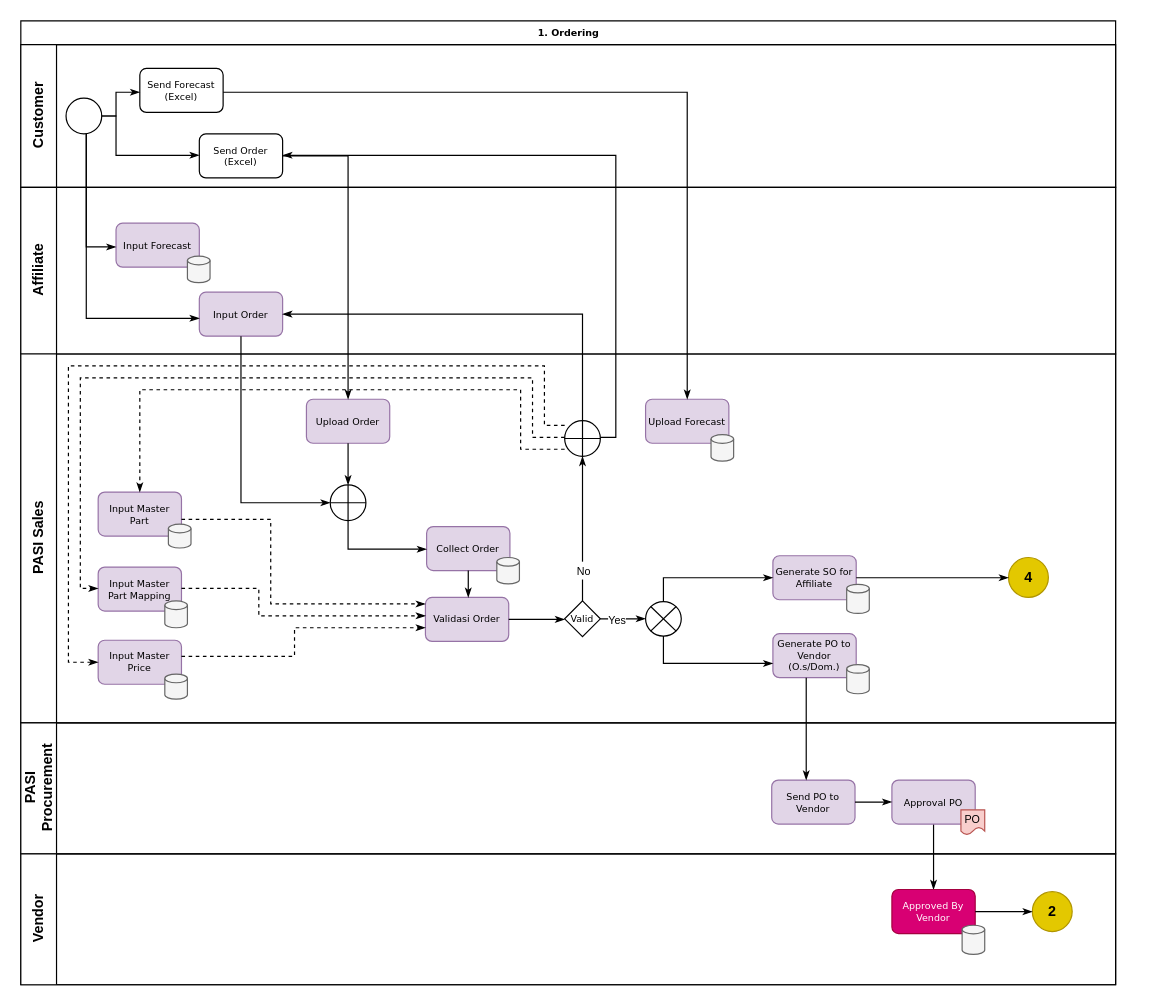
The draw.io diagram page "1. Ordering" (2 of 7) of PASI - WMS.drawio in hendrasaputra0501/pasi-bpa, before the edit. Source tidied: cells renumbered, new cells numbered last; positions are measured from the earlier drawing's top-left corner, leaving out a move shared by most shapes. Both pictures are drawn from the tidied source at 119%, with x=0, y=0 at pixel (20, 20).
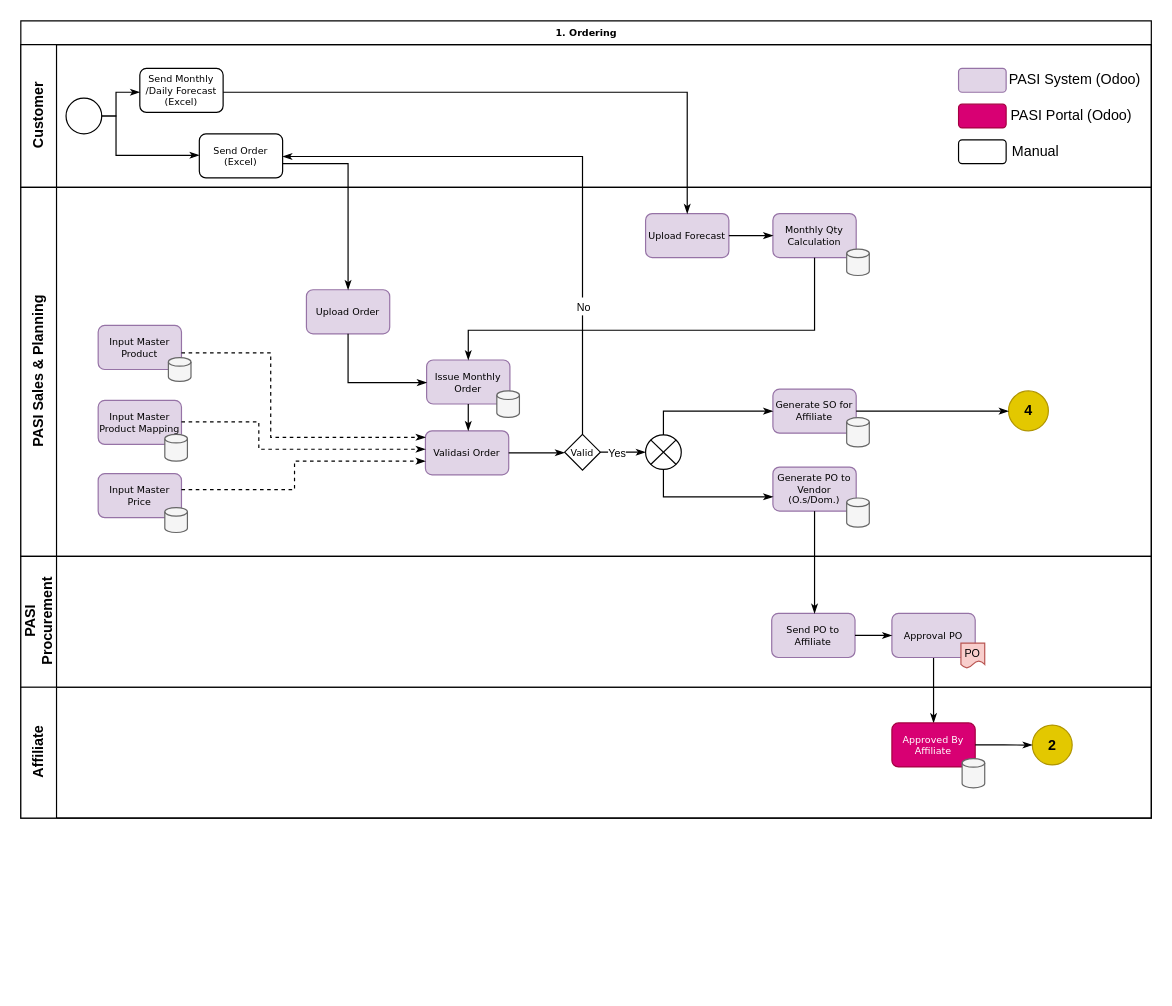
The same diagram, later.

The change refers to these unchanged cells:
```xml
<mxCell id="4" style="ellipse;whiteSpace=wrap;html=1;rounded=0;shadow=0;labelBackgroundColor=none;strokeWidth=1;fontFamily=Verdana;fontSize=8;align=center;" parent="3" vertex="1">
  <mxGeometry x="38" y="45" width="30" height="30" as="geometry" />
</mxCell>
<mxCell id="5" value="Send Order (Excel)" style="rounded=1;whiteSpace=wrap;html=1;shadow=0;labelBackgroundColor=none;strokeWidth=1;fontFamily=Verdana;fontSize=8;align=center;" parent="3" vertex="1">
  <mxGeometry x="150" y="75" width="70" height="37" as="geometry" />
</mxCell>
<mxCell id="20" value="Valid" style="strokeWidth=1;html=1;shape=mxgraph.flowchart.decision;whiteSpace=wrap;rounded=1;shadow=0;labelBackgroundColor=none;fontFamily=Verdana;fontSize=8;align=center;" parent="18" vertex="1">
  <mxGeometry x="457" y="207.5" width="30" height="30" as="geometry" />
</mxCell>
<mxCell id="24" value="Generate PO to Vendor (O.s/Dom.)" style="rounded=1;whiteSpace=wrap;html=1;shadow=0;labelBackgroundColor=none;strokeWidth=1;fontFamily=Verdana;fontSize=8;align=center;fillColor=#e1d5e7;strokeColor=#9673a6;" parent="18" vertex="1">
  <mxGeometry x="632" y="235" width="70" height="37" as="geometry" />
</mxCell>
<mxCell id="28" value="Input Master Price" style="rounded=1;whiteSpace=wrap;html=1;shadow=0;labelBackgroundColor=none;strokeWidth=1;fontFamily=Verdana;fontSize=8;align=center;strokeColor=#9673a6;verticalAlign=middle;fontColor=default;fillColor=#e1d5e7;" parent="18" vertex="1">
  <mxGeometry x="65" y="240.5" width="70" height="37" as="geometry" />
</mxCell>
<mxCell id="58" value="Approval PO" style="rounded=1;whiteSpace=wrap;html=1;shadow=0;labelBackgroundColor=none;strokeWidth=1;fontFamily=Verdana;fontSize=8;align=center;strokeColor=#9673a6;verticalAlign=middle;fontColor=default;fillColor=#e1d5e7;" parent="57" vertex="1">
  <mxGeometry x="732" y="48" width="70" height="37" as="geometry" />
</mxCell>
```

What changed in the source:
```diff
@@
     <mxCell id="2" value="1. Ordering" style="swimlane;html=1;horizontal=1;startSize=20;rounded=0;shadow=0;labelBackgroundColor=none;strokeWidth=1;fontFamily=Verdana;fontSize=8;align=center;" parent="1" vertex="1">
-      <mxGeometry width="920" height="810" as="geometry" />
+      <mxGeometry width="950" height="670" as="geometry" />
     </mxCell>
     <mxCell id="3" value="Customer" style="swimlane;html=1;startSize=30;horizontal=0;" parent="2" vertex="1">
-      <mxGeometry y="20" width="920" height="120" as="geometry" />
+      <mxGeometry y="20" width="950" height="120" as="geometry" />
     </mxCell>
@@
-    <mxCell id="7" value="Send Forecast (Excel)" style="rounded=1;whiteSpace=wrap;html=1;shadow=0;labelBackgroundColor=none;strokeWidth=1;fontFamily=Verdana;fontSize=8;align=center;" parent="3" vertex="1">
+    <mxCell id="7" value="Send Monthly /Daily Forecast (Excel)" style="rounded=1;whiteSpace=wrap;html=1;shadow=0;labelBackgroundColor=none;strokeWidth=1;fontFamily=Verdana;fontSize=8;align=center;" parent="3" vertex="1">
       <mxGeometry x="100" y="20" width="70" height="37" as="geometry" />
     </mxCell>
@@
-    <mxCell id="9" value="Affiliate" style="swimlane;html=1;startSize=30;horizontal=0;" parent="2" vertex="1">
-      <mxGeometry y="140" width="920" height="140" as="geometry" />
-    </mxCell>
-    <mxCell id="10" value="Input Order" style="rounded=1;whiteSpace=wrap;html=1;shadow=0;labelBackgroundColor=none;strokeWidth=1;fontFamily=Verdana;fontSize=8;align=center;strokeColor=#9673a6;verticalAlign=middle;fontColor=default;fillColor=#e1d5e7;" parent="9" vertex="1">
-      <mxGeometry x="150" y="88" width="70" height="37" as="geometry" />
-    </mxCell>
-    <mxCell id="11" value="Input Forecast" style="rounded=1;whiteSpace=wrap;html=1;shadow=0;labelBackgroundColor=none;strokeWidth=1;fontFamily=Verdana;fontSize=8;align=center;strokeColor=#9673a6;verticalAlign=middle;fontColor=default;fillColor=#e1d5e7;" parent="9" vertex="1">
-      <mxGeometry x="80" y="30" width="70" height="37" as="geometry" />
-    </mxCell>
-    <mxCell id="12" style="shape=cylinder3;whiteSpace=wrap;html=1;boundedLbl=1;backgroundOutline=1;size=3.6117782592773438;fillColor=#f5f5f5;fontColor=#333333;strokeColor=#666666;" parent="9" vertex="1">
-      <mxGeometry x="140" y="57.8" width="19" height="22.2" as="geometry" />
-    </mxCell>
-    <mxCell id="13" style="edgeStyle=orthogonalEdgeStyle;rounded=0;html=1;labelBackgroundColor=none;startArrow=none;startFill=0;startSize=5;endArrow=classicThin;endFill=1;endSize=5;jettySize=auto;strokeWidth=1;fontFamily=Verdana;fontSize=8;" parent="2" edge="1" source="10" target="37">
-      <mxGeometry relative="1" as="geometry">
-        <Array as="points">
-          <mxPoint x="185" y="405" />
-        </Array>
-      </mxGeometry>
-    </mxCell>
-    <mxCell id="14" style="edgeStyle=orthogonalEdgeStyle;rounded=0;html=1;labelBackgroundColor=none;startArrow=none;startFill=0;startSize=5;endArrow=classicThin;endFill=1;endSize=5;jettySize=auto;strokeWidth=1;fontFamily=Verdana;fontSize=8;" parent="2" edge="1" source="44" target="10">
-      <mxGeometry relative="1" as="geometry">
-        <Array as="points">
-          <mxPoint x="472" y="315" />
-          <mxPoint x="472" y="250" />
-        </Array>
-      </mxGeometry>
-    </mxCell>
+    <mxCell id="71" style="rounded=1;whiteSpace=wrap;html=1;fontSize=8;fillColor=#e1d5e7;strokeColor=#9673a6;shadow=0;strokeWidth=1;align=center;verticalAlign=middle;fontFamily=Verdana;fontColor=default;labelBackgroundColor=none;" parent="3" vertex="1">
+      <mxGeometry x="788" y="20" width="40" height="20" as="geometry" />
+    </mxCell>
+    <mxCell id="72" style="rounded=1;whiteSpace=wrap;html=1;fontSize=8;fillColor=#d80073;strokeColor=#A50040;shadow=0;strokeWidth=1;align=center;verticalAlign=middle;fontFamily=Verdana;fontColor=#ffffff;labelBackgroundColor=none;" parent="3" vertex="1">
+      <mxGeometry x="788" y="50" width="40" height="20" as="geometry" />
+    </mxCell>
+    <mxCell id="73" style="rounded=1;whiteSpace=wrap;html=1;fontSize=10;" parent="3" vertex="1">
+      <mxGeometry x="788" y="80" width="40" height="20" as="geometry" />
+    </mxCell>
+    <mxCell id="74" value="PASI System (Odoo)" style="text;html=1;strokeColor=none;fillColor=none;align=center;verticalAlign=middle;whiteSpace=wrap;rounded=0;" parent="3" vertex="1">
+      <mxGeometry x="828" y="15" width="115.5" height="30" as="geometry" />
+    </mxCell>
+    <mxCell id="75" value="PASI Portal (Odoo)" style="text;html=1;strokeColor=none;fillColor=none;align=center;verticalAlign=middle;whiteSpace=wrap;rounded=0;" parent="3" vertex="1">
+      <mxGeometry x="828" y="45" width="110" height="30" as="geometry" />
+    </mxCell>
+    <mxCell id="76" value="Manual" style="text;html=1;strokeColor=none;fillColor=none;align=center;verticalAlign=middle;whiteSpace=wrap;rounded=0;" parent="3" vertex="1">
+      <mxGeometry x="822.5" y="75" width="60" height="30" as="geometry" />
+    </mxCell>
     <mxCell id="15" style="edgeStyle=orthogonalEdgeStyle;rounded=0;html=1;labelBackgroundColor=none;startArrow=none;startFill=0;startSize=5;endArrow=classicThin;endFill=1;endSize=5;jettySize=auto;strokeWidth=1;fontFamily=Verdana;fontSize=8;" parent="2" edge="1" source="58" target="63">
-      <mxGeometry relative="1" as="geometry">
-        <Array as="points">
-          <mxPoint x="767" y="750" />
-          <mxPoint x="767" y="750" />
-        </Array>
-      </mxGeometry>
+      <mxGeometry relative="1" as="geometry" />
     </mxCell>
-    <mxCell id="16" style="edgeStyle=orthogonalEdgeStyle;rounded=0;html=1;labelBackgroundColor=none;startArrow=none;startFill=0;startSize=5;endArrow=classicThin;endFill=1;endSize=5;jettySize=auto;strokeWidth=1;fontFamily=Verdana;fontSize=8;" parent="2" edge="1" source="4" target="10">
-      <mxGeometry relative="1" as="geometry">
-        <Array as="points">
-          <mxPoint x="55" y="250" />
-        </Array>
-      </mxGeometry>
-    </mxCell>
-    <mxCell id="17" style="edgeStyle=orthogonalEdgeStyle;rounded=0;html=1;labelBackgroundColor=none;startArrow=none;startFill=0;startSize=5;endArrow=classicThin;endFill=1;endSize=5;jettySize=auto;strokeWidth=1;fontFamily=Verdana;fontSize=8;" parent="2" edge="1" source="4" target="11">
-      <mxGeometry relative="1" as="geometry">
-        <Array as="points">
-          <mxPoint x="55" y="190" />
-        </Array>
-      </mxGeometry>
-    </mxCell>
-    <mxCell id="18" value="PASI Sales" style="swimlane;html=1;startSize=30;horizontal=0;" parent="2" vertex="1">
-      <mxGeometry y="280" width="920" height="310" as="geometry" />
+    <mxCell id="18" value="PASI Sales &amp;amp; Planning" style="swimlane;html=1;startSize=30;horizontal=0;" parent="2" vertex="1">
+      <mxGeometry y="140" width="950" height="310" as="geometry" />
     </mxCell>
@@
-    <mxCell id="26" value="Input Master Part Mapping" style="rounded=1;whiteSpace=wrap;html=1;shadow=0;labelBackgroundColor=none;strokeWidth=1;fontFamily=Verdana;fontSize=8;align=center;strokeColor=#9673a6;verticalAlign=middle;fontColor=default;fillColor=#e1d5e7;" parent="18" vertex="1">
+    <mxCell id="26" value="Input Master Product Mapping" style="rounded=1;whiteSpace=wrap;html=1;shadow=0;labelBackgroundColor=none;strokeWidth=1;fontFamily=Verdana;fontSize=8;align=center;strokeColor=#9673a6;verticalAlign=middle;fontColor=default;fillColor=#e1d5e7;" parent="18" vertex="1">
       <mxGeometry x="65" y="179" width="70" height="37" as="geometry" />
     </mxCell>
-    <mxCell id="27" value="Input Master Part" style="rounded=1;whiteSpace=wrap;html=1;shadow=0;labelBackgroundColor=none;strokeWidth=1;fontFamily=Verdana;fontSize=8;align=center;strokeColor=#9673a6;verticalAlign=middle;fontColor=default;fillColor=#e1d5e7;" parent="18" vertex="1">
+    <mxCell id="27" value="Input Master Product" style="rounded=1;whiteSpace=wrap;html=1;shadow=0;labelBackgroundColor=none;strokeWidth=1;fontFamily=Verdana;fontSize=8;align=center;strokeColor=#9673a6;verticalAlign=middle;fontColor=default;fillColor=#e1d5e7;" parent="18" vertex="1">
       <mxGeometry x="65" y="116" width="70" height="37" as="geometry" />
     </mxCell>
@@
-    <mxCell id="32" value="Collect Order" style="rounded=1;whiteSpace=wrap;html=1;shadow=0;labelBackgroundColor=none;strokeWidth=1;fontFamily=Verdana;fontSize=8;align=center;fillColor=#e1d5e7;strokeColor=#9673a6;" parent="18" vertex="1">
+    <mxCell id="32" value="Issue Monthly Order" style="rounded=1;whiteSpace=wrap;html=1;shadow=0;labelBackgroundColor=none;strokeWidth=1;fontFamily=Verdana;fontSize=8;align=center;fillColor=#e1d5e7;strokeColor=#9673a6;" parent="18" vertex="1">
       <mxGeometry x="341" y="145" width="70" height="37" as="geometry" />
     </mxCell>
@@
-    <mxCell id="37" style="verticalLabelPosition=bottom;verticalAlign=top;html=1;shape=mxgraph.flowchart.summing_function;" parent="18" vertex="1">
-      <mxGeometry x="260" y="110" width="30" height="30" as="geometry" />
-    </mxCell>
-    <mxCell id="38" style="edgeStyle=orthogonalEdgeStyle;rounded=0;html=1;labelBackgroundColor=none;startArrow=none;startFill=0;startSize=5;endArrow=classicThin;endFill=1;endSize=5;jettySize=auto;strokeWidth=1;fontFamily=Verdana;fontSize=8;" parent="18" edge="1" source="37" target="32">
-      <mxGeometry relative="1" as="geometry">
-        <Array as="points">
-          <mxPoint x="275" y="164" />
-        </Array>
-      </mxGeometry>
-    </mxCell>
@@
     <mxCell id="42" value="Upload Order" style="rounded=1;whiteSpace=wrap;html=1;shadow=0;labelBackgroundColor=none;strokeWidth=1;fontFamily=Verdana;fontSize=8;align=center;fillColor=#e1d5e7;strokeColor=#9673a6;" parent="18" vertex="1">
-      <mxGeometry x="240" y="38" width="70" height="37" as="geometry" />
+      <mxGeometry x="240" y="86" width="70" height="37" as="geometry" />
     </mxCell>
-    <mxCell id="43" style="edgeStyle=orthogonalEdgeStyle;rounded=0;html=1;labelBackgroundColor=none;startArrow=none;startFill=0;startSize=5;endArrow=classicThin;endFill=1;endSize=5;jettySize=auto;strokeWidth=1;fontFamily=Verdana;fontSize=8;" parent="18" edge="1" source="42" target="37">
+    <mxCell id="43" style="edgeStyle=orthogonalEdgeStyle;rounded=0;html=1;labelBackgroundColor=none;startArrow=none;startFill=0;startSize=5;endArrow=classicThin;endFill=1;endSize=5;jettySize=auto;strokeWidth=1;fontFamily=Verdana;fontSize=8;" parent="18" edge="1" source="42" target="32">
       <mxGeometry relative="1" as="geometry">
         <Array as="points">
-          <mxPoint x="275" y="90" />
-          <mxPoint x="275" y="90" />
+          <mxPoint x="275" y="164" />
         </Array>
       </mxGeometry>
     </mxCell>
-    <mxCell id="44" style="verticalLabelPosition=bottom;verticalAlign=top;html=1;shape=mxgraph.flowchart.summing_function;" parent="18" vertex="1">
-      <mxGeometry x="457" y="56" width="30" height="30" as="geometry" />
-    </mxCell>
-    <mxCell id="45" style="edgeStyle=orthogonalEdgeStyle;rounded=0;html=1;labelBackgroundColor=none;startArrow=none;startFill=0;startSize=5;endArrow=classicThin;endFill=1;endSize=5;jettySize=auto;strokeWidth=1;fontFamily=Verdana;fontSize=8;" parent="18" edge="1" source="20" target="44">
-      <mxGeometry relative="1" as="geometry" />
-    </mxCell>
-    <mxCell id="46" value="&lt;font style=&quot;font-size: 9px;&quot;&gt;No&lt;/font&gt;" style="edgeLabel;html=1;align=center;verticalAlign=middle;fontSize=12;" parent="45" vertex="1">
-      <mxGeometry x="-0.55" y="-2" relative="1" as="geometry">
-        <mxPoint x="-2" y="1" as="offset" />
-      </mxGeometry>
-    </mxCell>
@@
-    <mxCell id="49" style="edgeStyle=orthogonalEdgeStyle;rounded=0;html=1;labelBackgroundColor=none;startArrow=none;startFill=0;startSize=5;endArrow=classicThin;endFill=1;endSize=5;jettySize=auto;strokeWidth=1;fontFamily=Verdana;fontSize=8;dashed=1;" parent="18" edge="1" source="44" target="27">
-      <mxGeometry relative="1" as="geometry">
-        <Array as="points">
-          <mxPoint x="420" y="80" />
-          <mxPoint x="420" y="30" />
-          <mxPoint x="100" y="30" />
-        </Array>
-      </mxGeometry>
-    </mxCell>
-    <mxCell id="50" style="edgeStyle=orthogonalEdgeStyle;rounded=0;html=1;labelBackgroundColor=none;startArrow=none;startFill=0;startSize=5;endArrow=classicThin;endFill=1;endSize=5;jettySize=auto;strokeWidth=1;fontFamily=Verdana;fontSize=8;dashed=1;" parent="18" edge="1" source="44" target="26">
-      <mxGeometry relative="1" as="geometry">
-        <Array as="points">
-          <mxPoint x="430" y="70" />
-          <mxPoint x="430" y="20" />
-          <mxPoint x="50" y="20" />
-          <mxPoint x="50" y="197" />
-        </Array>
-      </mxGeometry>
-    </mxCell>
-    <mxCell id="51" style="edgeStyle=orthogonalEdgeStyle;rounded=0;html=1;labelBackgroundColor=none;startArrow=none;startFill=0;startSize=5;endArrow=classicThin;endFill=1;endSize=5;jettySize=auto;strokeWidth=1;fontFamily=Verdana;fontSize=8;dashed=1;" parent="18" edge="1" source="44" target="28">
-      <mxGeometry relative="1" as="geometry">
-        <Array as="points">
-          <mxPoint x="440" y="60" />
-          <mxPoint x="440" y="10" />
-          <mxPoint x="40" y="10" />
-          <mxPoint x="40" y="259" />
-        </Array>
-      </mxGeometry>
-    </mxCell>
@@
     <mxCell id="55" value="Upload Forecast" style="rounded=1;whiteSpace=wrap;html=1;shadow=0;labelBackgroundColor=none;strokeWidth=1;fontFamily=Verdana;fontSize=8;align=center;fillColor=#e1d5e7;strokeColor=#9673a6;" parent="18" vertex="1">
-      <mxGeometry x="525" y="38" width="70" height="37" as="geometry" />
+      <mxGeometry x="525" y="22" width="70" height="37" as="geometry" />
     </mxCell>
-    <mxCell id="56" style="shape=cylinder3;whiteSpace=wrap;html=1;boundedLbl=1;backgroundOutline=1;size=3.6117782592773438;fillColor=#f5f5f5;fontColor=#333333;strokeColor=#666666;" parent="18" vertex="1">
-      <mxGeometry x="580" y="67.8" width="19" height="22.2" as="geometry" />
-    </mxCell>
+    <mxCell id="77" value="Monthly Qty Calculation" style="rounded=1;whiteSpace=wrap;html=1;shadow=0;labelBackgroundColor=none;strokeWidth=1;fontFamily=Verdana;fontSize=8;align=center;fillColor=#e1d5e7;strokeColor=#9673a6;" parent="18" vertex="1">
+      <mxGeometry x="632" y="22" width="70" height="37" as="geometry" />
+    </mxCell>
+    <mxCell id="78" style="edgeStyle=orthogonalEdgeStyle;rounded=0;html=1;labelBackgroundColor=none;startArrow=none;startFill=0;startSize=5;endArrow=classicThin;endFill=1;endSize=5;jettySize=auto;strokeWidth=1;fontFamily=Verdana;fontSize=8;" parent="18" edge="1" source="55" target="77">
+      <mxGeometry relative="1" as="geometry">
+        <Array as="points">
+          <mxPoint x="610" y="40" />
+          <mxPoint x="610" y="40" />
+        </Array>
+      </mxGeometry>
+    </mxCell>
+    <mxCell id="79" style="shape=cylinder3;whiteSpace=wrap;html=1;boundedLbl=1;backgroundOutline=1;size=3.6117782592773438;fillColor=#f5f5f5;fontColor=#333333;strokeColor=#666666;" parent="18" vertex="1">
+      <mxGeometry x="694" y="51.8" width="19" height="22.2" as="geometry" />
+    </mxCell>
+    <mxCell id="80" style="edgeStyle=orthogonalEdgeStyle;rounded=0;html=1;labelBackgroundColor=none;startArrow=none;startFill=0;startSize=5;endArrow=classicThin;endFill=1;endSize=5;jettySize=auto;strokeWidth=1;fontFamily=Verdana;fontSize=8;" parent="18" edge="1" source="77" target="32">
+      <mxGeometry relative="1" as="geometry">
+        <Array as="points">
+          <mxPoint x="667" y="120" />
+          <mxPoint x="376" y="120" />
+        </Array>
+      </mxGeometry>
+    </mxCell>
     <mxCell id="57" value="PASI&lt;div&gt;Procurement&lt;/div&gt;" style="swimlane;html=1;startSize=30;horizontal=0;" parent="2" vertex="1">
-      <mxGeometry y="590" width="920" height="110" as="geometry" />
+      <mxGeometry y="450" width="950" height="110" as="geometry" />
     </mxCell>
@@
-    <mxCell id="59" value="Send PO to Vendor" style="rounded=1;whiteSpace=wrap;html=1;shadow=0;labelBackgroundColor=none;strokeWidth=1;fontFamily=Verdana;fontSize=8;align=center;fillColor=#e1d5e7;strokeColor=#9673a6;" parent="57" vertex="1">
+    <mxCell id="59" value="Send PO to Affiliate" style="rounded=1;whiteSpace=wrap;html=1;shadow=0;labelBackgroundColor=none;strokeWidth=1;fontFamily=Verdana;fontSize=8;align=center;fillColor=#e1d5e7;strokeColor=#9673a6;" parent="57" vertex="1">
       <mxGeometry x="631" y="48" width="70" height="37" as="geometry" />
     </mxCell>
@@
-    <mxCell id="62" value="Vendor" style="swimlane;html=1;startSize=30;horizontal=0;" parent="2" vertex="1">
-      <mxGeometry y="700" width="920" height="110" as="geometry" />
+    <mxCell id="62" value="Affiliate" style="swimlane;html=1;startSize=30;horizontal=0;" parent="2" vertex="1">
+      <mxGeometry y="560" width="950" height="110" as="geometry" />
     </mxCell>
-    <mxCell id="63" value="Approved By Vendor" style="rounded=1;whiteSpace=wrap;html=1;shadow=0;labelBackgroundColor=none;strokeWidth=1;fontFamily=Verdana;fontSize=8;align=center;fillColor=#d80073;fontColor=#ffffff;strokeColor=#A50040;" parent="62" vertex="1">
+    <mxCell id="63" value="Approved By Affiliate" style="rounded=1;whiteSpace=wrap;html=1;shadow=0;labelBackgroundColor=none;strokeWidth=1;fontFamily=Verdana;fontSize=8;align=center;fillColor=#d80073;fontColor=#ffffff;strokeColor=#A50040;" parent="62" vertex="1">
       <mxGeometry x="732" y="30" width="70" height="37" as="geometry" />
     </mxCell>
@@
     <mxCell id="67" style="edgeStyle=orthogonalEdgeStyle;rounded=0;html=1;labelBackgroundColor=none;startArrow=none;startFill=0;startSize=5;endArrow=classicThin;endFill=1;endSize=5;jettySize=auto;strokeWidth=1;fontFamily=Verdana;fontSize=8;" parent="2" edge="1" source="5" target="42">
       <mxGeometry relative="1" as="geometry">
         <Array as="points">
-          <mxPoint x="275" y="113" />
+          <mxPoint x="275" y="120" />
         </Array>
       </mxGeometry>
     </mxCell>
-    <mxCell id="68" style="edgeStyle=orthogonalEdgeStyle;rounded=0;html=1;labelBackgroundColor=none;startArrow=none;startFill=0;startSize=5;endArrow=classicThin;endFill=1;endSize=5;jettySize=auto;strokeWidth=1;fontFamily=Verdana;fontSize=8;" parent="2" edge="1" source="44" target="5">
-      <mxGeometry relative="1" as="geometry">
-        <Array as="points">
-          <mxPoint x="500" y="350" />
-          <mxPoint x="500" y="113" />
-        </Array>
-      </mxGeometry>
-    </mxCell>
     <mxCell id="69" style="edgeStyle=orthogonalEdgeStyle;rounded=0;html=1;labelBackgroundColor=none;startArrow=none;startFill=0;startSize=5;endArrow=classicThin;endFill=1;endSize=5;jettySize=auto;strokeWidth=1;fontFamily=Verdana;fontSize=8;" parent="2" edge="1" source="24" target="59">
       <mxGeometry relative="1" as="geometry">
         <Array as="points">
-          <mxPoint x="660" y="610" />
-          <mxPoint x="660" y="610" />
+          <mxPoint x="667" y="480" />
+          <mxPoint x="667" y="480" />
         </Array>
       </mxGeometry>
     </mxCell>
     <mxCell id="70" style="edgeStyle=orthogonalEdgeStyle;rounded=0;html=1;labelBackgroundColor=none;startArrow=none;startFill=0;startSize=5;endArrow=classicThin;endFill=1;endSize=5;jettySize=auto;strokeWidth=1;fontFamily=Verdana;fontSize=8;" parent="2" edge="1" source="7" target="55">
       <mxGeometry relative="1" as="geometry">
         <Array as="points">
           <mxPoint x="560" y="60" />
-          <mxPoint x="560" y="337" />
         </Array>
       </mxGeometry>
     </mxCell>
+    <mxCell id="45" style="edgeStyle=orthogonalEdgeStyle;rounded=0;html=1;labelBackgroundColor=none;startArrow=none;startFill=0;startSize=5;endArrow=classicThin;endFill=1;endSize=5;jettySize=auto;strokeWidth=1;fontFamily=Verdana;fontSize=8;" parent="2" edge="1" source="20" target="5">
+      <mxGeometry relative="1" as="geometry">
+        <Array as="points">
+          <mxPoint x="472" y="114" />
+        </Array>
+      </mxGeometry>
+    </mxCell>
+    <mxCell id="46" value="&lt;font style=&quot;font-size: 9px;&quot;&gt;No&lt;/font&gt;" style="edgeLabel;html=1;align=center;verticalAlign=middle;fontSize=12;" parent="45" vertex="1">
+      <mxGeometry x="-0.55" y="-2" relative="1" as="geometry">
+        <mxPoint x="-2" y="1" as="offset" />
+      </mxGeometry>
+    </mxCell>
```
